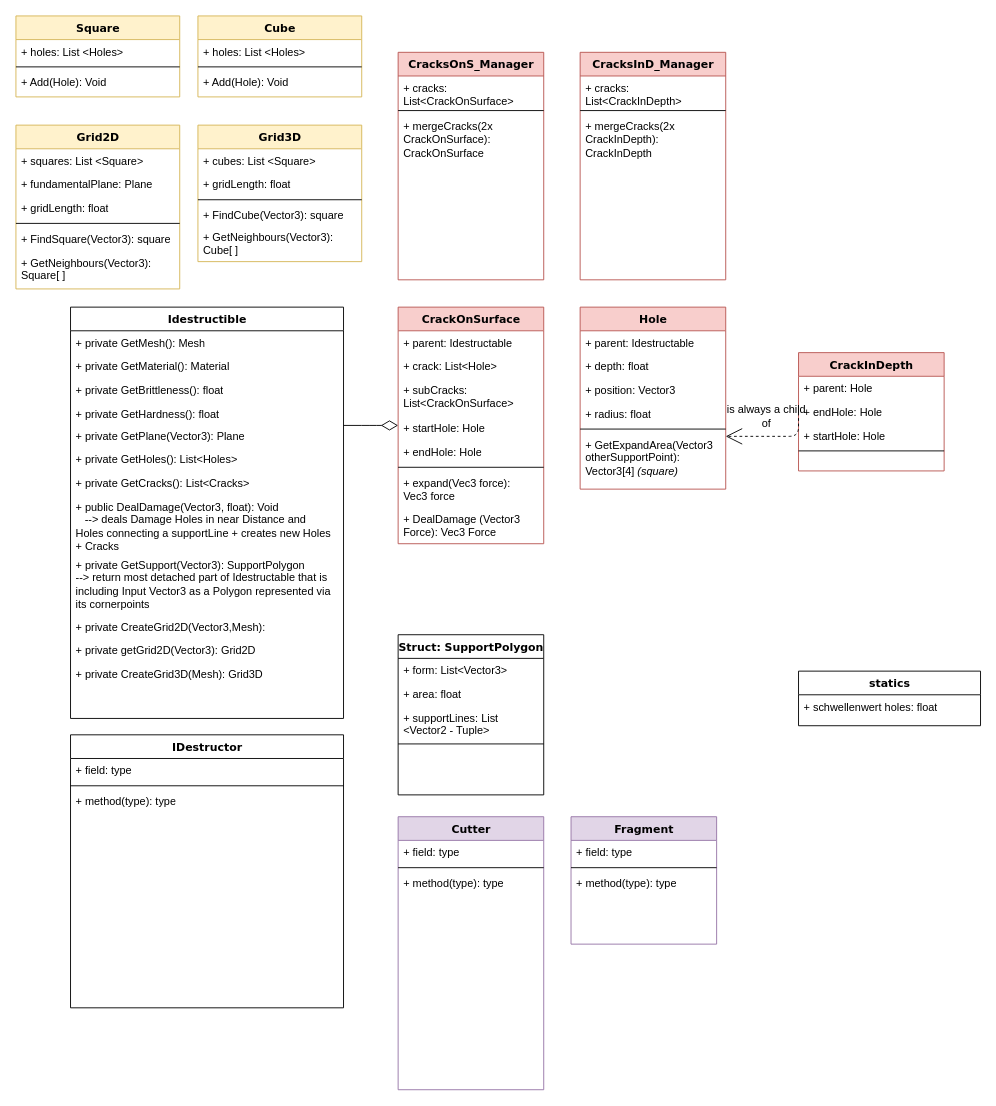
Above: UML walldestroyer.drawio in Arthur-El-H/Destructible-Meshes-Unity-Asset-In-Progress- (draw.io), before the change. Source tidied: cells renumbered, new cells numbered last; positions are measured from the earlier drawing's top-left corner, leaving out a move shared by most shapes. Both pictures are drawn from the tidied source at 91%, with x=0, y=0 at pixel (15, 15).
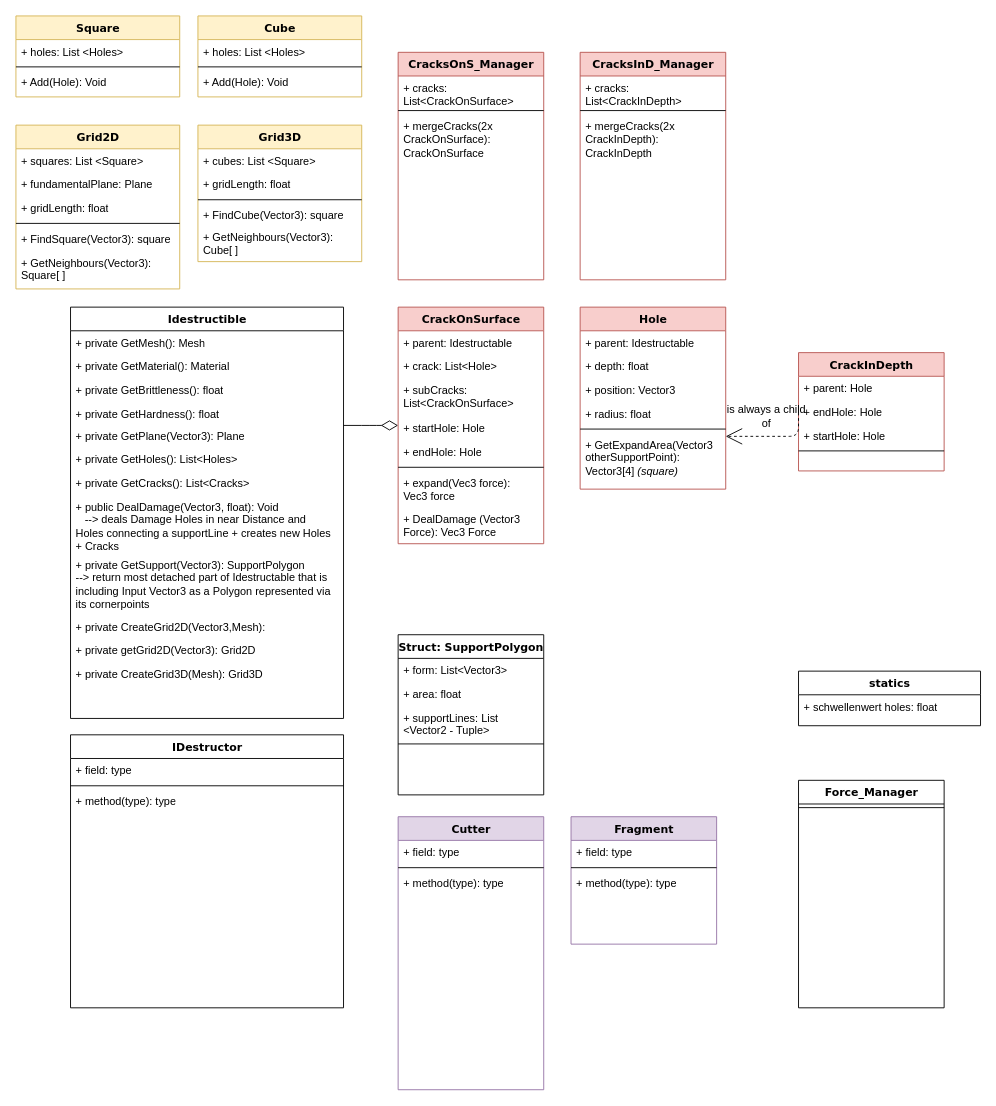
After the change.

What changed in the source:
```diff
@@
+    <mxCell id="87" value="Force_Manager" style="swimlane;html=1;fontStyle=1;align=center;verticalAlign=top;horizontal=1;startSize=26;swimlaneFillColor=#ffffff;rounded=0;shadow=0;comic=0;labelBackgroundColor=none;strokeWidth=1;fontFamily=Verdana;fontSize=12;" parent="1" vertex="1">
+      <mxGeometry x="860" y="840" width="160" height="250" as="geometry" />
+    </mxCell>
+    <mxCell id="88" style="line;html=1;strokeWidth=1;fillColor=none;align=left;verticalAlign=middle;spacingTop=-1;spacingLeft=3;spacingRight=3;labelPosition=right;" parent="87" vertex="1">
+      <mxGeometry y="26" width="160" height="8" as="geometry" />
+    </mxCell>
```
